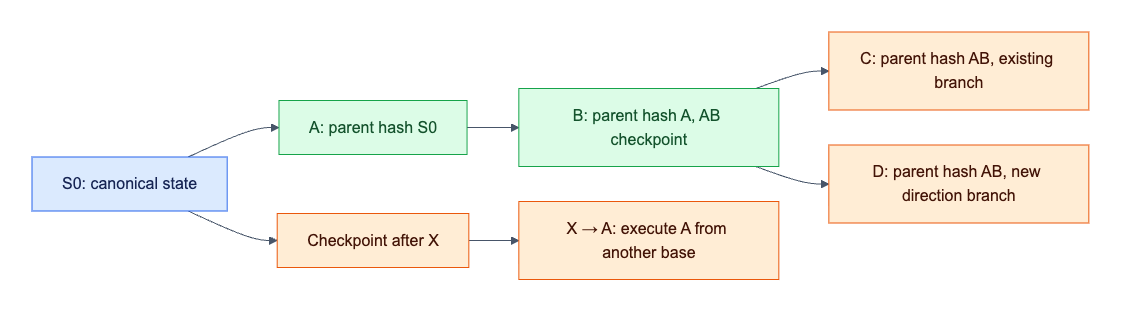
Above: docs/assets/diagrams/diagram-18.png in djm07073/baton-research (Mermaid), before the change. Its source is kept beside it as docs/assets/diagrams/diagram-18.mmd.
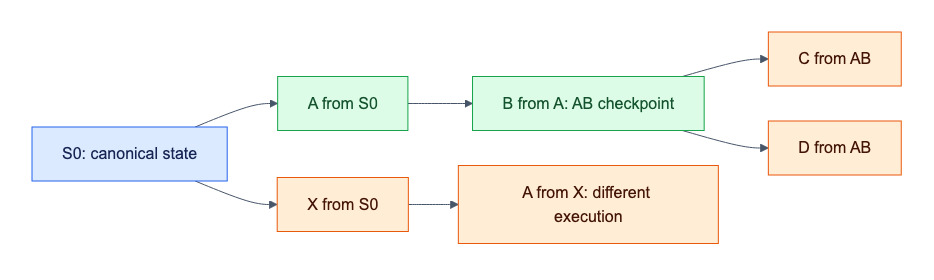
Above is the later version.

Change to the diagram source:
```diff
@@ -1,10 +1,10 @@
 flowchart LR
-    S[S0: canonical state] --> A[A: parent hash S0]
-    A --> AB[B: parent hash A, AB checkpoint]
-    AB --> ABC[C: parent hash AB, existing branch]
-    AB --> ABD[D: parent hash AB, new direction branch]
-    S --> X[Checkpoint after X]
-    X --> XA[X → A: execute A from another base]
+    S[S0: canonical state] --> A[A from S0]
+    A --> AB[B from A: AB checkpoint]
+    AB --> ABC[C from AB]
+    AB --> ABD[D from AB]
+    S --> X[X from S0]
+    X --> XA[A from X: different execution]
     classDef canonical fill:#dbeafe,stroke:#2563eb,color:#172554;
     classDef reuse fill:#dcfce7,stroke:#16a34a,color:#14532d;
     classDef pending fill:#ffedd5,stroke:#ea580c,color:#431407;
```
